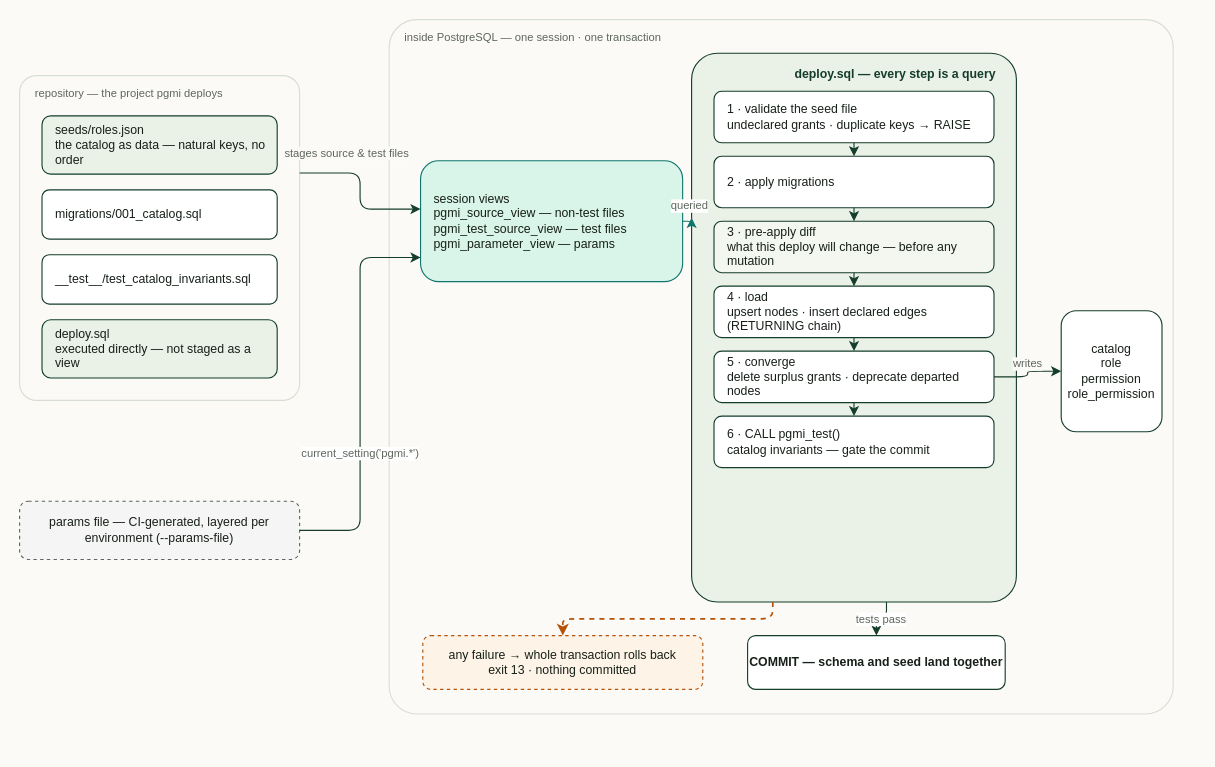
Before: docs/diagrams/a02-seed-data-flow.drawio in vvka-141/pgmi, a draw.io diagram. Source tidied: cells renumbered, new cells numbered last; positions are measured from the earlier drawing's top-left corner, leaving out a move shared by most shapes. Both pictures are drawn from the tidied source at 112%, with x=0, y=0 at pixel (19, 19). Pictures stored in the file or linked from it are replaced by grey dashed boxes.
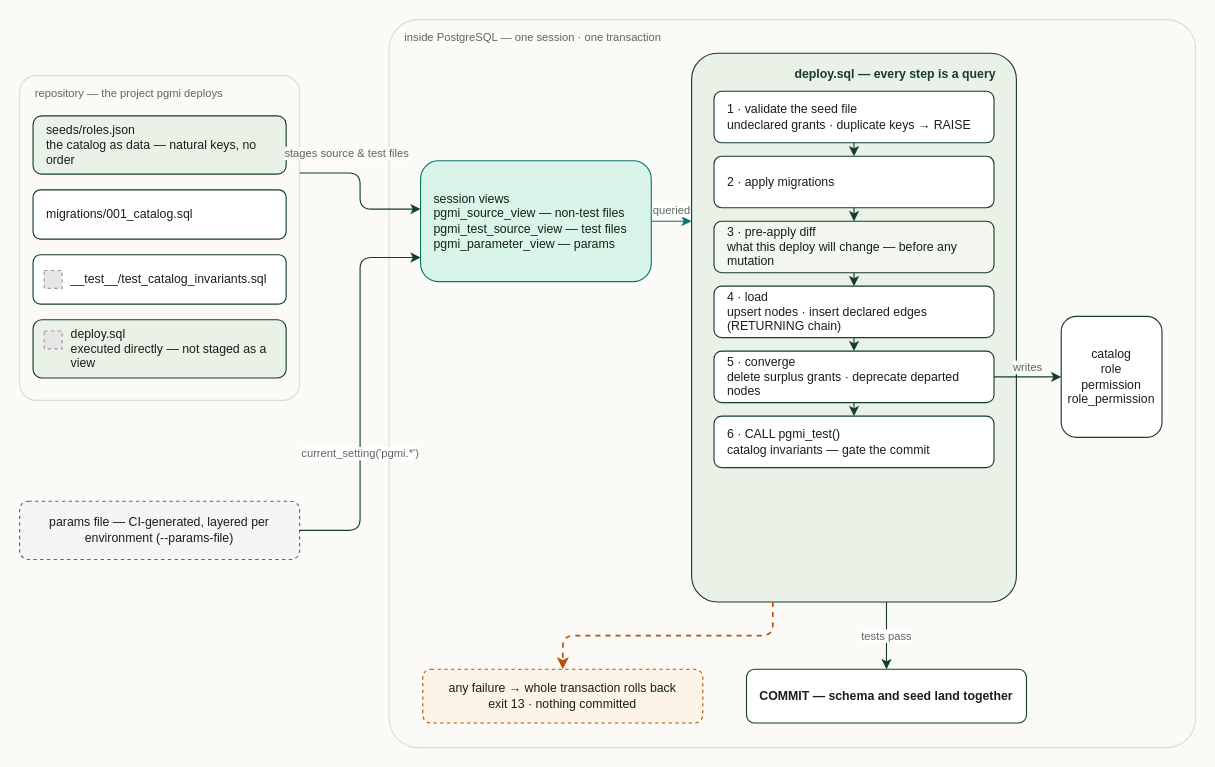
The same page after the edit.

The change refers to these unchanged cells:
```xml
<mxCell id="10" value="deploy.sql — every step is a query  " style="rounded=1;arcSize=8;whiteSpace=wrap;html=1;fillColor=#eaf1e7;strokeColor=#143d2b;verticalAlign=top;align=right;spacingRight=10;spacingTop=6;fontColor=#143d2b;fontSize=11;fontStyle=1;" parent="1" vertex="1">
  <mxGeometry x="600" y="30" width="290" height="490" as="geometry" />
</mxCell>
```

Change to the diagram source:
```diff
@@
     <mxCell id="3" value="seeds/roles.json&#10;the catalog as data — natural keys, no order" style="rounded=1;whiteSpace=wrap;html=1;fillColor=#eaf1e7;strokeColor=#143d2b;fontColor=#172018;fontSize=11;align=left;spacingLeft=10;" parent="1" vertex="1">
-      <mxGeometry x="20" y="86" width="210" height="52" as="geometry" />
+      <mxGeometry x="12" y="86" width="226" height="52" as="geometry" />
     </mxCell>
     <mxCell id="4" value="migrations/001_catalog.sql" style="rounded=1;whiteSpace=wrap;html=1;fillColor=#ffffff;strokeColor=#143d2b;fontColor=#172018;fontSize=11;align=left;spacingLeft=10;" parent="1" vertex="1">
-      <mxGeometry x="20" y="152" width="210" height="44" as="geometry" />
+      <mxGeometry x="12" y="152" width="226" height="44" as="geometry" />
     </mxCell>
-    <mxCell id="5" value="__test__/test_catalog_invariants.sql" style="rounded=1;whiteSpace=wrap;html=1;fillColor=#ffffff;strokeColor=#143d2b;fontColor=#172018;fontSize=11;align=left;spacingLeft=10;" parent="1" vertex="1">
-      <mxGeometry x="20" y="210" width="210" height="44" as="geometry" />
+    <mxCell id="5" value="__test__/test_catalog_invariants.sql" style="rounded=1;whiteSpace=wrap;html=1;fillColor=#ffffff;strokeColor=#143d2b;fontColor=#172018;fontSize=11;align=left;spacingLeft=32;" parent="1" vertex="1">
+      <mxGeometry x="12" y="210" width="226" height="44" as="geometry" />
     </mxCell>
+    <mxCell id="31" style="fillColor=#E6E6E6;strokeColor=#999999;dashed=1;html=1;" parent="1" vertex="1">
+      <mxGeometry x="22" y="224" width="16" height="16" as="geometry" />
+    </mxCell>
-    <mxCell id="6" value="deploy.sql&#10;executed directly — not staged as a view" style="rounded=1;whiteSpace=wrap;html=1;fillColor=#eaf1e7;strokeColor=#143d2b;fontColor=#172018;fontSize=11;align=left;spacingLeft=10;" parent="1" vertex="1">
-      <mxGeometry x="20" y="268" width="210" height="52" as="geometry" />
+    <mxCell id="6" value="deploy.sql&#10;executed directly — not staged as a view" style="rounded=1;whiteSpace=wrap;html=1;fillColor=#eaf1e7;strokeColor=#143d2b;fontColor=#172018;fontSize=11;align=left;spacingLeft=32;" parent="1" vertex="1">
+      <mxGeometry x="12" y="268" width="226" height="52" as="geometry" />
     </mxCell>
+    <mxCell id="32" style="fillColor=#E6E6E6;strokeColor=#999999;dashed=1;html=1;" parent="1" vertex="1">
+      <mxGeometry x="22" y="278" width="16" height="16" as="geometry" />
+    </mxCell>
@@
     <mxCell id="8" value="inside PostgreSQL — one session · one transaction" style="rounded=1;arcSize=4;whiteSpace=wrap;html=1;fillColor=none;strokeColor=#d9ded5;verticalAlign=top;align=left;spacingLeft=12;spacingTop=4;fontColor=#5d665d;fontSize=10;" parent="1" vertex="1">
-      <mxGeometry x="330" width="700" height="620" as="geometry" />
+      <mxGeometry x="330" width="720" height="650" as="geometry" />
     </mxCell>
     <mxCell id="9" value="session views&#10;pgmi_source_view — non-test files&#10;pgmi_test_source_view — test files&#10;pgmi_parameter_view — params" style="rounded=1;whiteSpace=wrap;html=1;fillColor=#d9f4e8;strokeColor=#0f766e;fontColor=#172018;fontSize=11;align=left;spacingLeft=10;" parent="1" vertex="1">
-      <mxGeometry x="358" y="126" width="234" height="108" as="geometry" />
+      <mxGeometry x="358" y="126" width="206" height="108" as="geometry" />
     </mxCell>
@@
     <mxCell id="17" value="catalog&#10;role&#10;permission&#10;role_permission" style="rounded=1;whiteSpace=wrap;html=1;fillColor=#ffffff;strokeColor=#143d2b;fontColor=#172018;fontSize=11;" parent="1" vertex="1">
-      <mxGeometry x="930" y="260" width="90" height="108" as="geometry" />
+      <mxGeometry x="930" y="265" width="90" height="108" as="geometry" />
     </mxCell>
     <mxCell id="18" value="COMMIT — schema and seed land together" style="rounded=1;whiteSpace=wrap;html=1;fillColor=#ffffff;strokeColor=#143d2b;fontColor=#172018;fontSize=11;fontStyle=1;" parent="1" vertex="1">
-      <mxGeometry x="650" y="550" width="230" height="48" as="geometry" />
+      <mxGeometry x="649" y="580" width="250" height="48" as="geometry" />
     </mxCell>
     <mxCell id="19" value="any failure → whole transaction rolls back&#10;exit 13 · nothing committed" style="rounded=1;whiteSpace=wrap;html=1;fillColor=#fdf3e7;strokeColor=#b45309;dashed=1;fontColor=#172018;fontSize=11;" parent="1" vertex="1">
-      <mxGeometry x="360" y="550" width="250" height="48" as="geometry" />
+      <mxGeometry x="360" y="580" width="250" height="48" as="geometry" />
     </mxCell>
@@
-    <mxCell id="22" value="queried" style="edgeStyle=orthogonalEdgeStyle;rounded=1;html=1;strokeColor=#0f766e;fontColor=#5d665d;fontSize=10;exitX=1;exitY=0.5;entryX=0;entryY=0.3;" parent="1" edge="1" source="9" target="10">
-      <mxGeometry y="14" relative="1" as="geometry" />
+    <mxCell id="22" value="queried" style="edgeStyle=orthogonalEdgeStyle;rounded=1;html=1;strokeColor=#0f766e;fontColor=#5d665d;fontSize=10;exitX=1;exitY=0.5;entryX=0;entryY=0.3061;" parent="1" edge="1" source="9" target="10">
+      <mxGeometry relative="1" as="geometry">
+        <mxPoint y="-10" as="offset" />
+      </mxGeometry>
     </mxCell>
```
